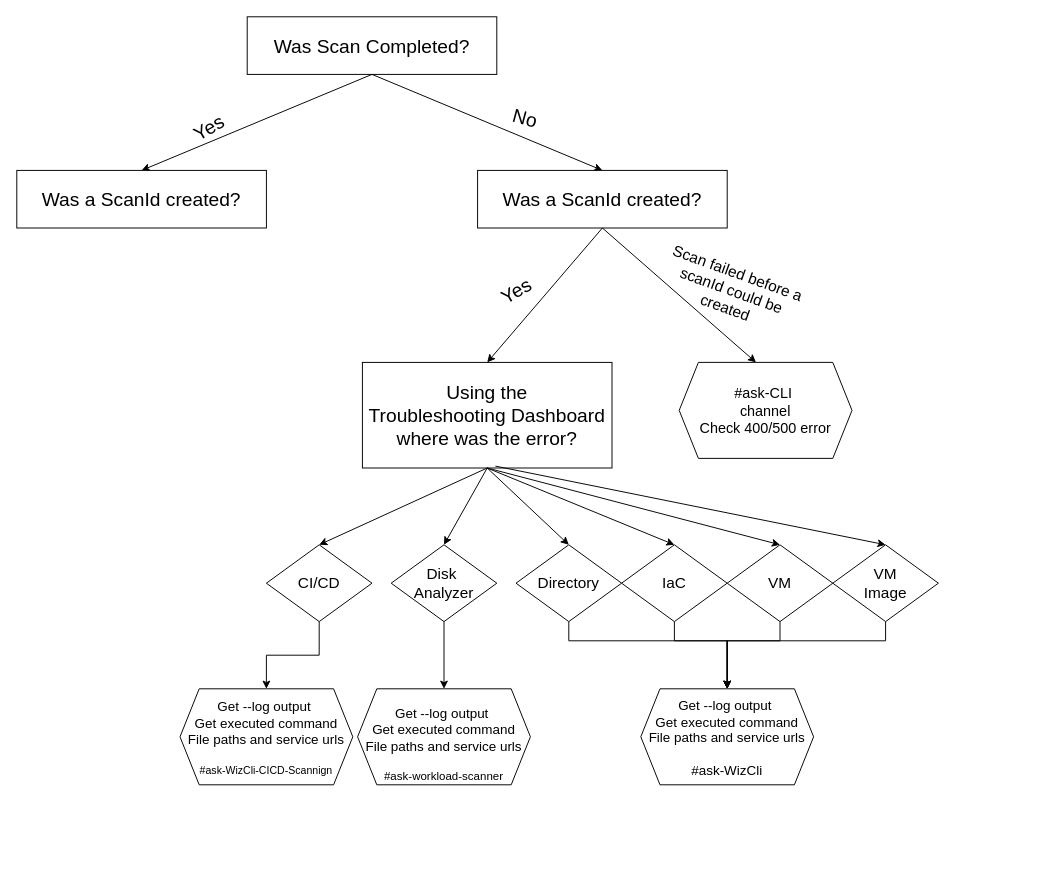
Above: Untitled Diagram.drawio in Omerrowiz/Omer-Wiz-Diagrams (draw.io), before the change. Source tidied: cells renumbered, new cells numbered last; positions are measured from the earlier drawing's top-left corner, leaving out a move shared by most shapes. Both pictures are drawn from the tidied source at 96%, with x=0, y=0 at pixel (16, 16).
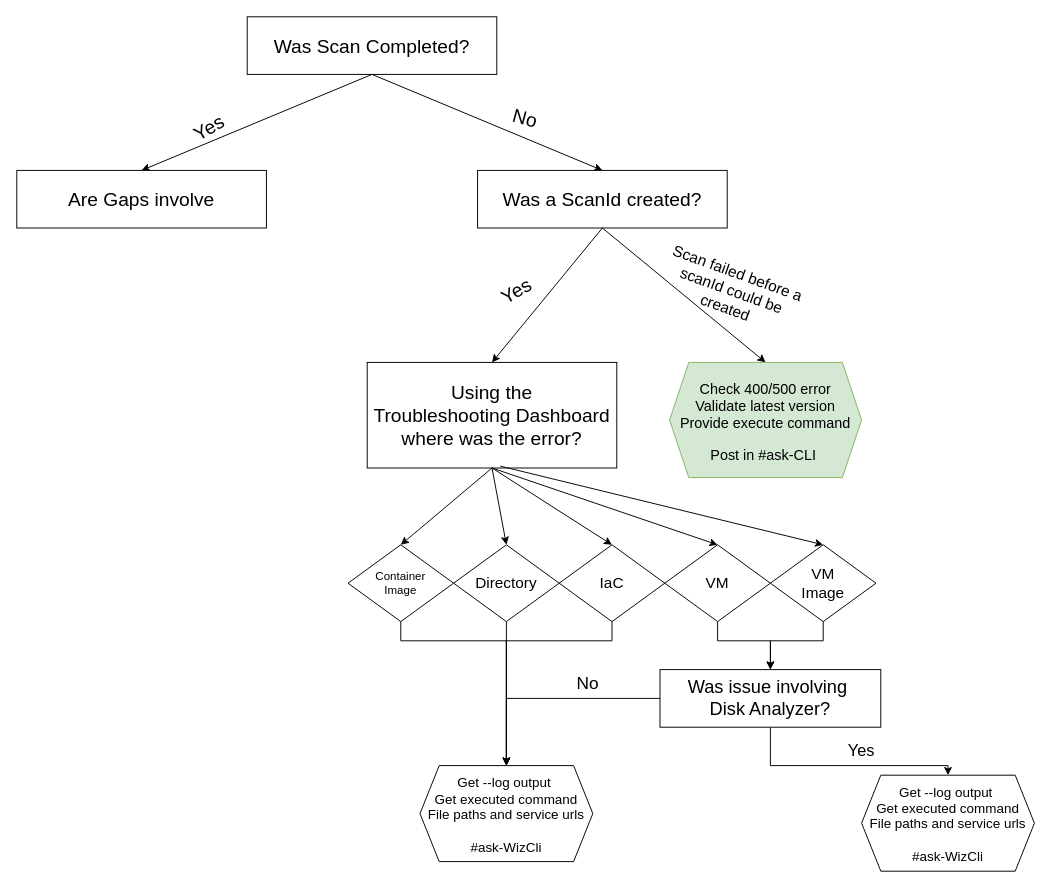
Above is the later version.

Commit message:
Ask-WizCli-CICD-Scanning

Unchanged cells that the change refers to:
```xml
<mxCell id="2" value="&lt;font style=&quot;font-size: 20px;&quot;&gt;Was Scan Completed?&lt;/font&gt;" style="rounded=0;whiteSpace=wrap;html=1;" parent="1" vertex="1">
  <mxGeometry x="240" width="260" height="60" as="geometry" />
</mxCell>
<mxCell id="7" value="&lt;font style=&quot;font-size: 20px;&quot;&gt;Was a ScanId created?&lt;/font&gt;" style="rounded=0;whiteSpace=wrap;html=1;" parent="1" vertex="1">
  <mxGeometry x="480" y="160" width="260" height="60" as="geometry" />
</mxCell>
```

The edit, as a diff of the source:
```diff
@@
-    <mxCell id="4" style="endArrow=classic;html=1;rounded=0;exitX=0.5;exitY=1;exitDx=0;exitDy=0;entryX=0.5;entryY=0;entryDx=0;entryDy=0;" parent="1" edge="1" source="2" target="7">
-      <mxGeometry relative="1" as="geometry" />
+    <mxCell id="4" style="endArrow=classic;html=1;rounded=0;entryX=0.5;entryY=0;entryDx=0;entryDy=0;" parent="1" edge="1" target="7">
+      <mxGeometry relative="1" as="geometry">
+        <mxPoint x="370" y="60" as="sourcePoint" />
+      </mxGeometry>
     </mxCell>
@@
-    <mxCell id="8" style="endArrow=classic;html=1;rounded=0;exitX=0.5;exitY=1;exitDx=0;exitDy=0;" parent="1" edge="1">
+    <mxCell id="8" style="endArrow=classic;html=1;rounded=0;exitX=0.5;exitY=1;exitDx=0;exitDy=0;entryX=0.5;entryY=0;entryDx=0;entryDy=0;" parent="1" edge="1" target="12">
       <mxGeometry relative="1" as="geometry">
         <mxPoint x="610" y="220" as="sourcePoint" />
-        <mxPoint x="770" y="360" as="targetPoint" />
       </mxGeometry>
     </mxCell>
@@
-    <mxCell id="12" value="&lt;div&gt;&lt;font style=&quot;font-size: 15px;&quot;&gt;#ask-CLI&amp;nbsp;&lt;/font&gt;&lt;/div&gt;&lt;div&gt;&lt;span style=&quot;background-color: transparent; color: light-dark(rgb(0, 0, 0), rgb(255, 255, 255));&quot;&gt;&lt;font style=&quot;font-size: 15px;&quot;&gt;channel&lt;br&gt;&lt;/font&gt;&lt;/span&gt;&lt;span style=&quot;font-size: 15px;&quot;&gt;Check 400/500 error&lt;/span&gt;&lt;span style=&quot;background-color: transparent; color: light-dark(rgb(0, 0, 0), rgb(255, 255, 255));&quot;&gt;&lt;font style=&quot;font-size: 15px;&quot;&gt;&lt;/font&gt;&lt;/span&gt;&lt;/div&gt;" style="shape=hexagon;perimeter=hexagonPerimeter2;whiteSpace=wrap;html=1;fixedSize=1;" parent="1" vertex="1">
-      <mxGeometry x="690" y="360" width="180" height="100" as="geometry" />
+    <mxCell id="12" value="&lt;div&gt;&lt;font style=&quot;font-size: 15px;&quot;&gt;&lt;br&gt;&lt;/font&gt;&lt;/div&gt;&lt;div&gt;&lt;font style=&quot;font-size: 15px;&quot;&gt;Check 400/500 error&lt;/font&gt;&lt;/div&gt;&lt;div&gt;&lt;span style=&quot;font-size: 15px;&quot;&gt;Validate latest version&lt;/span&gt;&lt;/div&gt;&lt;div&gt;&lt;span style=&quot;font-size: 15px;&quot;&gt;Provide execute command&lt;/span&gt;&lt;/div&gt;&lt;div&gt;&lt;br&gt;&lt;/div&gt;&lt;div&gt;&lt;font style=&quot;font-size: 15px;&quot;&gt;Post in #ask-CLI&amp;nbsp;&lt;/font&gt;&lt;/div&gt;&lt;div&gt;&lt;br&gt;&lt;/div&gt;" style="shape=hexagon;perimeter=hexagonPerimeter2;whiteSpace=wrap;html=1;fixedSize=1;fillColor=#d5e8d4;strokeColor=#82b366;" parent="1" vertex="1">
+      <mxGeometry x="680" y="360" width="200" height="120" as="geometry" />
     </mxCell>
     <mxCell id="13" value="&lt;font style=&quot;font-size: 20px;&quot;&gt;Using the&lt;/font&gt;&lt;div&gt;&lt;font style=&quot;font-size: 20px;&quot;&gt;Troubleshooting Dashboard&lt;/font&gt;&lt;/div&gt;&lt;div&gt;&lt;span style=&quot;font-size: 20px;&quot;&gt;where was the error?&lt;/span&gt;&lt;/div&gt;" style="rounded=0;whiteSpace=wrap;html=1;" parent="1" vertex="1">
-      <mxGeometry x="360" y="360" width="260" height="110" as="geometry" />
+      <mxGeometry x="365" y="360" width="260" height="110" as="geometry" />
     </mxCell>
     <mxCell id="14" style="edgeStyle=orthogonalEdgeStyle;rounded=0;jettySize=auto;html=1;entryX=0.5;entryY=0;entryDx=0;entryDy=0;" parent="1" edge="1" source="15" target="29">
       <mxGeometry relative="1" as="geometry">
         <Array as="points">
-          <mxPoint x="575" y="650" />
-          <mxPoint x="740" y="650" />
+          <mxPoint x="510" y="780" />
         </Array>
       </mxGeometry>
     </mxCell>
     <mxCell id="15" value="&lt;font style=&quot;font-size: 16px;&quot;&gt;Directory&lt;/font&gt;" style="rhombus;whiteSpace=wrap;html=1;" parent="1" vertex="1">
-      <mxGeometry x="520" y="550" width="110" height="80" as="geometry" />
+      <mxGeometry x="455" y="550" width="110" height="80" as="geometry" />
     </mxCell>
     <mxCell id="16" style="edgeStyle=orthogonalEdgeStyle;rounded=0;jettySize=auto;html=1;entryX=0.5;entryY=0;entryDx=0;entryDy=0;" parent="1" edge="1" source="17" target="29">
       <mxGeometry relative="1" as="geometry">
         <Array as="points">
-          <mxPoint x="685" y="650" />
-          <mxPoint x="740" y="650" />
+          <mxPoint x="620" y="650" />
+          <mxPoint x="510" y="650" />
+          <mxPoint x="510" y="780" />
         </Array>
       </mxGeometry>
     </mxCell>
     <mxCell id="17" value="&lt;font style=&quot;font-size: 16px;&quot;&gt;IaC&lt;/font&gt;" style="rhombus;whiteSpace=wrap;html=1;" parent="1" vertex="1">
-      <mxGeometry x="630" y="550" width="110" height="80" as="geometry" />
+      <mxGeometry x="565" y="550" width="110" height="80" as="geometry" />
     </mxCell>
-    <mxCell id="18" style="edgeStyle=orthogonalEdgeStyle;rounded=0;jettySize=auto;html=1;entryX=0.5;entryY=0;entryDx=0;entryDy=0;" parent="1" edge="1" source="19" target="29">
-      <mxGeometry relative="1" as="geometry">
-        <Array as="points">
-          <mxPoint x="795" y="650" />
-          <mxPoint x="740" y="650" />
-        </Array>
-      </mxGeometry>
-    </mxCell>
+    <mxCell id="36" style="edgeStyle=orthogonalEdgeStyle;rounded=0;jettySize=auto;html=1;exitX=0.5;exitY=1;exitDx=0;exitDy=0;entryX=0.5;entryY=0;entryDx=0;entryDy=0;" parent="1" edge="1" source="19" target="42">
+      <mxGeometry relative="1" as="geometry">
+        <Array as="points">
+          <mxPoint x="730" y="650" />
+          <mxPoint x="785" y="650" />
+        </Array>
+      </mxGeometry>
+    </mxCell>
     <mxCell id="19" value="&lt;span style=&quot;font-size: 16px;&quot;&gt;VM&lt;/span&gt;" style="rhombus;whiteSpace=wrap;html=1;" parent="1" vertex="1">
-      <mxGeometry x="740" y="550" width="110" height="80" as="geometry" />
+      <mxGeometry x="675" y="550" width="110" height="80" as="geometry" />
     </mxCell>
-    <mxCell id="20" style="edgeStyle=orthogonalEdgeStyle;rounded=0;jettySize=auto;html=1;entryX=0.5;entryY=0;entryDx=0;entryDy=0;" parent="1" edge="1" source="21" target="29">
-      <mxGeometry relative="1" as="geometry">
-        <Array as="points">
-          <mxPoint x="905" y="650" />
-          <mxPoint x="740" y="650" />
-        </Array>
-      </mxGeometry>
-    </mxCell>
+    <mxCell id="37" style="edgeStyle=orthogonalEdgeStyle;rounded=0;jettySize=auto;html=1;entryX=0.5;entryY=0;entryDx=0;entryDy=0;" parent="1" edge="1" source="21" target="42">
+      <mxGeometry relative="1" as="geometry">
+        <Array as="points">
+          <mxPoint x="840" y="650" />
+          <mxPoint x="785" y="650" />
+        </Array>
+      </mxGeometry>
+    </mxCell>
     <mxCell id="21" value="&lt;span style=&quot;font-size: 16px;&quot;&gt;VM&lt;/span&gt;&lt;div&gt;&lt;span style=&quot;font-size: 16px;&quot;&gt;Image&lt;/span&gt;&lt;/div&gt;" style="rhombus;whiteSpace=wrap;html=1;" parent="1" vertex="1">
-      <mxGeometry x="850" y="550" width="110" height="80" as="geometry" />
+      <mxGeometry x="785" y="550" width="110" height="80" as="geometry" />
     </mxCell>
@@
-    <mxCell id="26" style="edgeStyle=orthogonalEdgeStyle;rounded=0;jettySize=auto;html=1;entryX=0.5;entryY=0;entryDx=0;entryDy=0;" parent="1" edge="1" source="27" target="30">
-      <mxGeometry relative="1" as="geometry" />
-    </mxCell>
-    <mxCell id="27" value="&lt;font style=&quot;font-size: 16px;&quot;&gt;Disk&amp;nbsp;&lt;/font&gt;&lt;div&gt;&lt;font style=&quot;font-size: 16px;&quot;&gt;Analyzer&lt;/font&gt;&lt;/div&gt;" style="rhombus;whiteSpace=wrap;html=1;" parent="1" vertex="1">
-      <mxGeometry x="390" y="550" width="110" height="80" as="geometry" />
-    </mxCell>
-    <mxCell id="28" style="endArrow=classic;html=1;rounded=0;entryX=0.5;entryY=0;entryDx=0;entryDy=0;" parent="1" edge="1" target="27">
-      <mxGeometry relative="1" as="geometry">
-        <mxPoint x="490" y="470" as="sourcePoint" />
-      </mxGeometry>
-    </mxCell>
     <mxCell id="29" value="&lt;div&gt;&lt;font style=&quot;font-size: 14px;&quot;&gt;&lt;br&gt;&lt;/font&gt;&lt;/div&gt;&lt;div&gt;&lt;font style=&quot;font-size: 14px;&quot;&gt;Get --log output&amp;nbsp;&lt;/font&gt;&lt;/div&gt;&lt;div&gt;&lt;font style=&quot;font-size: 14px;&quot;&gt;Get executed command&lt;/font&gt;&lt;/div&gt;&lt;div&gt;&lt;font style=&quot;font-size: 14px;&quot;&gt;File paths and service urls&lt;/font&gt;&lt;/div&gt;&lt;div&gt;&lt;font style=&quot;font-size: 14px;&quot;&gt;&lt;br&gt;&lt;/font&gt;&lt;/div&gt;&lt;div&gt;&lt;font style=&quot;font-size: 14px;&quot;&gt;#ask-WizCli&lt;/font&gt;&lt;/div&gt;&lt;div&gt;&lt;br&gt;&lt;/div&gt;" style="shape=hexagon;perimeter=hexagonPerimeter2;whiteSpace=wrap;html=1;fixedSize=1;" parent="1" vertex="1">
-      <mxGeometry x="650" y="700" width="180" height="100" as="geometry" />
+      <mxGeometry x="420" y="780" width="180" height="100" as="geometry" />
     </mxCell>
-    <mxCell id="30" value="&lt;div&gt;&lt;font style=&quot;font-size: 14px;&quot;&gt;&lt;br&gt;&lt;/font&gt;&lt;/div&gt;&lt;div&gt;&lt;font style=&quot;font-size: 14px;&quot;&gt;Get --log output&amp;nbsp;&lt;/font&gt;&lt;/div&gt;&lt;div&gt;&lt;font style=&quot;font-size: 14px;&quot;&gt;Get executed command&lt;/font&gt;&lt;/div&gt;&lt;div&gt;&lt;font style=&quot;font-size: 14px;&quot;&gt;File paths and service urls&lt;/font&gt;&lt;/div&gt;&lt;div&gt;&lt;font style=&quot;font-size: 14px;&quot;&gt;&lt;br&gt;&lt;/font&gt;&lt;/div&gt;&lt;div&gt;#ask-workload-scanner&lt;/div&gt;" style="shape=hexagon;perimeter=hexagonPerimeter2;whiteSpace=wrap;html=1;fixedSize=1;" parent="1" vertex="1">
-      <mxGeometry x="355" y="700" width="180" height="100" as="geometry" />
-    </mxCell>
-    <mxCell id="31" style="edgeStyle=orthogonalEdgeStyle;rounded=0;jettySize=auto;html=1;entryX=0.5;entryY=0;entryDx=0;entryDy=0;" parent="1" edge="1" source="32" target="34">
-      <mxGeometry relative="1" as="geometry" />
-    </mxCell>
-    <mxCell id="32" value="&lt;span style=&quot;font-size: 16px;&quot;&gt;CI/CD&lt;/span&gt;" style="rhombus;whiteSpace=wrap;html=1;" parent="1" vertex="1">
-      <mxGeometry x="260" y="550" width="110" height="80" as="geometry" />
-    </mxCell>
-    <mxCell id="33" style="endArrow=classic;html=1;rounded=0;entryX=0.5;entryY=0;entryDx=0;entryDy=0;exitX=0.5;exitY=1;exitDx=0;exitDy=0;" parent="1" edge="1" source="13" target="32">
-      <mxGeometry relative="1" as="geometry" />
-    </mxCell>
-    <mxCell id="34" value="&lt;div&gt;&lt;font style=&quot;font-size: 14px;&quot;&gt;&lt;br&gt;&lt;/font&gt;&lt;/div&gt;&lt;div&gt;&lt;font style=&quot;font-size: 14px;&quot;&gt;Get --log output&amp;nbsp;&lt;/font&gt;&lt;/div&gt;&lt;div&gt;&lt;font style=&quot;font-size: 14px;&quot;&gt;Get executed command&lt;/font&gt;&lt;/div&gt;&lt;div&gt;&lt;font style=&quot;font-size: 14px;&quot;&gt;File paths and service urls&lt;/font&gt;&lt;/div&gt;&lt;div&gt;&lt;font style=&quot;font-size: 14px;&quot;&gt;&lt;br&gt;&lt;/font&gt;&lt;/div&gt;&lt;div&gt;&lt;font style=&quot;font-size: 11px;&quot;&gt;#ask-WizCli-CICD-Scannign&lt;/font&gt;&lt;/div&gt;&lt;div&gt;&lt;br&gt;&lt;/div&gt;" style="shape=hexagon;perimeter=hexagonPerimeter2;whiteSpace=wrap;html=1;fixedSize=1;" parent="1" vertex="1">
-      <mxGeometry x="170" y="700" width="180" height="100" as="geometry" />
-    </mxCell>
-    <mxCell id="35" value="&lt;font style=&quot;font-size: 20px;&quot;&gt;Was a ScanId created?&lt;/font&gt;" style="rounded=0;whiteSpace=wrap;html=1;" parent="1" vertex="1">
+    <mxCell id="35" value="&lt;font style=&quot;font-size: 20px;&quot;&gt;Are Gaps involve&lt;/font&gt;" style="rounded=0;whiteSpace=wrap;html=1;" parent="1" vertex="1">
       <mxGeometry y="160" width="260" height="60" as="geometry" />
     </mxCell>
+    <mxCell id="38" style="edgeStyle=orthogonalEdgeStyle;rounded=0;jettySize=auto;html=1;exitX=0.5;exitY=1;exitDx=0;exitDy=0;entryX=0.5;entryY=0;entryDx=0;entryDy=0;" parent="1" edge="1" source="39" target="29">
+      <mxGeometry relative="1" as="geometry">
+        <Array as="points">
+          <mxPoint x="400" y="650" />
+          <mxPoint x="510" y="650" />
+          <mxPoint x="510" y="780" />
+        </Array>
+      </mxGeometry>
+    </mxCell>
+    <mxCell id="39" value="&lt;span style=&quot;text-align: left;&quot;&gt;Container&lt;/span&gt;&lt;div&gt;&lt;span style=&quot;text-align: left;&quot;&gt;Image&lt;/span&gt;&lt;/div&gt;" style="rhombus;whiteSpace=wrap;html=1;" parent="1" vertex="1">
+      <mxGeometry x="345" y="550" width="110" height="80" as="geometry" />
+    </mxCell>
+    <mxCell id="40" style="edgeStyle=orthogonalEdgeStyle;rounded=0;jettySize=auto;html=1;entryX=0.5;entryY=0;entryDx=0;entryDy=0;" parent="1" edge="1" source="42" target="29">
+      <mxGeometry relative="1" as="geometry" />
+    </mxCell>
+    <mxCell id="41" style="edgeStyle=orthogonalEdgeStyle;rounded=0;jettySize=auto;html=1;" parent="1" edge="1" source="42" target="43">
+      <mxGeometry relative="1" as="geometry">
+        <Array as="points">
+          <mxPoint x="785" y="780" />
+          <mxPoint x="970" y="780" />
+        </Array>
+      </mxGeometry>
+    </mxCell>
+    <mxCell id="42" value="&lt;font style=&quot;font-size: 19px;&quot;&gt;Was issue involving&amp;nbsp;&lt;/font&gt;&lt;div&gt;&lt;font style=&quot;font-size: 19px;&quot;&gt;Disk Analyzer?&lt;/font&gt;&lt;/div&gt;" style="rounded=0;whiteSpace=wrap;html=1;" parent="1" vertex="1">
+      <mxGeometry x="670" y="680" width="230" height="60" as="geometry" />
+    </mxCell>
+    <mxCell id="43" value="&lt;div&gt;&lt;font style=&quot;font-size: 14px;&quot;&gt;&lt;br&gt;&lt;/font&gt;&lt;/div&gt;&lt;div&gt;&lt;font style=&quot;font-size: 14px;&quot;&gt;Get --log output&amp;nbsp;&lt;/font&gt;&lt;/div&gt;&lt;div&gt;&lt;font style=&quot;font-size: 14px;&quot;&gt;Get executed command&lt;/font&gt;&lt;/div&gt;&lt;div&gt;&lt;font style=&quot;font-size: 14px;&quot;&gt;File paths and service urls&lt;/font&gt;&lt;/div&gt;&lt;div&gt;&lt;font style=&quot;font-size: 14px;&quot;&gt;&lt;br&gt;&lt;/font&gt;&lt;/div&gt;&lt;div&gt;&lt;font style=&quot;font-size: 14px;&quot;&gt;#ask-WizCli&lt;/font&gt;&lt;/div&gt;&lt;div&gt;&lt;br&gt;&lt;/div&gt;" style="shape=hexagon;perimeter=hexagonPerimeter2;whiteSpace=wrap;html=1;fixedSize=1;" parent="1" vertex="1">
+      <mxGeometry x="880" y="790" width="180" height="100" as="geometry" />
+    </mxCell>
+    <mxCell id="44" value="&lt;font style=&quot;font-size: 17px;&quot;&gt;Yes&lt;/font&gt;" style="text;html=1;whiteSpace=wrap;strokeColor=none;fillColor=none;align=center;verticalAlign=middle;rounded=0;rotation=0;strokeWidth=0;" parent="1" vertex="1">
+      <mxGeometry x="850" y="750" width="60" height="30" as="geometry" />
+    </mxCell>
+    <mxCell id="45" value="&lt;font style=&quot;font-size: 18px;&quot;&gt;No&lt;/font&gt;" style="text;html=1;whiteSpace=wrap;strokeColor=none;fillColor=none;align=center;verticalAlign=middle;rounded=0;rotation=0;" parent="1" vertex="1">
+      <mxGeometry x="565" y="680" width="60" height="30" as="geometry" />
+    </mxCell>
+    <mxCell id="46" style="endArrow=classic;html=1;rounded=0;entryX=0.5;entryY=0;entryDx=0;entryDy=0;exitX=0.5;exitY=1;exitDx=0;exitDy=0;" parent="1" edge="1" source="13" target="39">
+      <mxGeometry relative="1" as="geometry" />
+    </mxCell>
```
